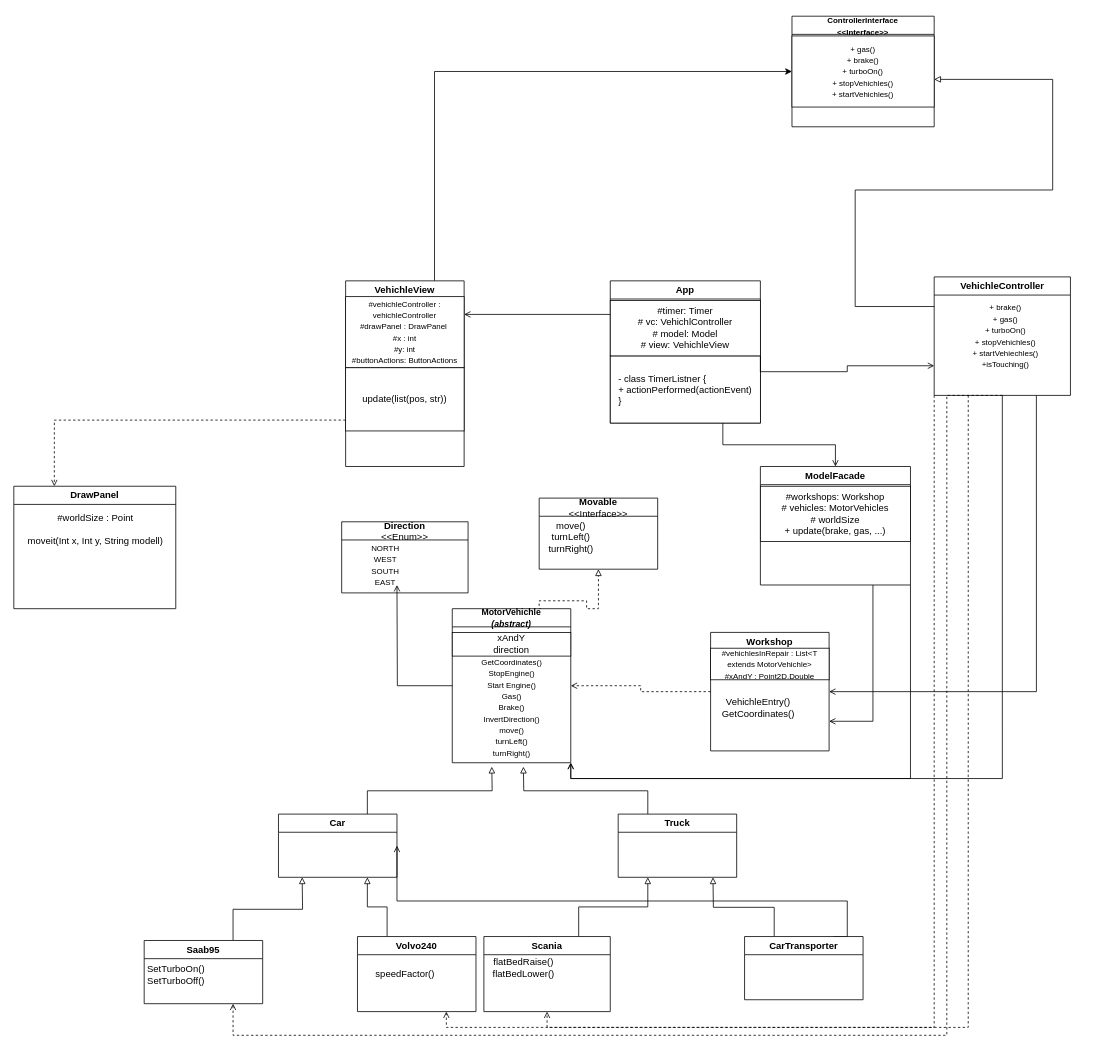
Abdulrauf-alhariri/Inhertince_lab1 keeps this draw.io diagram as UMLFörbättringLaboration3.drawio. Above is the earlier version. Source tidied: cells renumbered, new cells numbered last; positions are measured from the earlier drawing's top-left corner, leaving out a move shared by most shapes. Both pictures are drawn from the tidied source at 79%, with x=0, y=0 at pixel (13, 16).
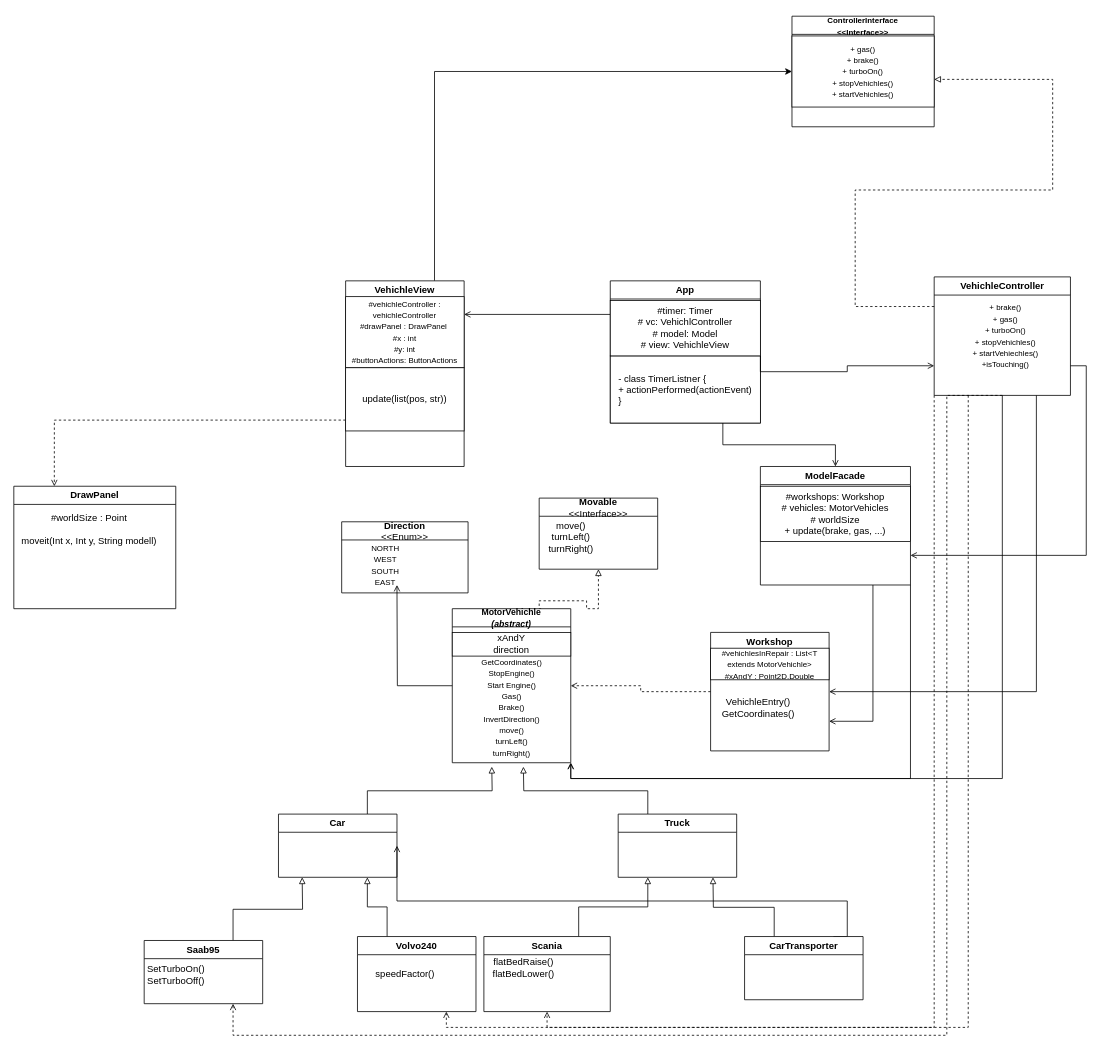
The same page after the edit.

Unchanged cells that the change refers to:
```xml
<mxCell id="7" value="VehichleController" style="swimlane;whiteSpace=wrap;html=1;startSize=23;" parent="1" vertex="1">
  <mxGeometry x="1165" y="330" width="172.5" height="150" as="geometry" />
</mxCell>
<mxCell id="9" value="DrawP&lt;span style=&quot;background-color: transparent; color: light-dark(rgb(0, 0, 0), rgb(255, 255, 255));&quot;&gt;anel&lt;/span&gt;" style="swimlane;whiteSpace=wrap;html=1;startSize=23;" parent="1" vertex="1">
  <mxGeometry y="595" width="205" height="155" as="geometry" />
</mxCell>
<mxCell id="46" value="&lt;font style=&quot;font-size: 10px;&quot;&gt;+ gas()&lt;/font&gt;&lt;div&gt;&lt;font style=&quot;font-size: 10px;&quot;&gt;+ brake()&lt;/font&gt;&lt;/div&gt;&lt;div&gt;&lt;font style=&quot;font-size: 10px;&quot;&gt;+ turboOn()&lt;/font&gt;&lt;/div&gt;&lt;div&gt;&lt;font style=&quot;font-size: 10px;&quot;&gt;+ stopVehichles()&lt;/font&gt;&lt;/div&gt;&lt;div&gt;&lt;font style=&quot;font-size: 10px;&quot;&gt;+ startVehichles()&lt;/font&gt;&lt;/div&gt;" style="rounded=0;whiteSpace=wrap;html=1;" parent="45" vertex="1">
  <mxGeometry y="25" width="180" height="90" as="geometry" />
</mxCell>
<mxCell id="56" value="ModelFacade" style="swimlane;whiteSpace=wrap;html=1;" parent="1" vertex="1">
  <mxGeometry x="945" y="570" width="190" height="150" as="geometry" />
</mxCell>
```

The edit, as a diff of the source:
```diff
@@
+    <mxCell id="58" style="edgeStyle=orthogonalEdgeStyle;rounded=0;jettySize=auto;html=1;exitX=1;exitY=0.75;exitDx=0;exitDy=0;entryX=1;entryY=0.75;entryDx=0;entryDy=0;endArrow=open;endFill=0;" parent="1" edge="1" source="7" target="56">
+      <mxGeometry relative="1" as="geometry" />
+    </mxCell>
@@
     <mxCell id="10" value="&lt;div&gt;&lt;span style=&quot;background-color: transparent; color: light-dark(rgb(0, 0, 0), rgb(255, 255, 255));&quot;&gt;#worldSize : Point&lt;/span&gt;&lt;/div&gt;&lt;div&gt;&lt;span style=&quot;background-color: transparent; color: light-dark(rgb(0, 0, 0), rgb(255, 255, 255));&quot;&gt;&lt;br&gt;&lt;/span&gt;&lt;/div&gt;&lt;div&gt;&lt;span style=&quot;background-color: transparent; color: light-dark(rgb(0, 0, 0), rgb(255, 255, 255));&quot;&gt;moveit(Int x, Int y, String modell)&lt;/span&gt;&lt;/div&gt;" style="text;html=1;align=center;verticalAlign=middle;strokeColor=none;fillColor=none;" parent="9" vertex="1">
-      <mxGeometry x="7.5" y="25" width="190" height="60" as="geometry" />
+      <mxGeometry y="25" width="190" height="60" as="geometry" />
     </mxCell>
@@
-    <mxCell id="47" style="edgeStyle=orthogonalEdgeStyle;rounded=0;jettySize=auto;html=1;exitX=0;exitY=0.25;exitDx=0;exitDy=0;entryX=1;entryY=0.611;entryDx=0;entryDy=0;entryPerimeter=0;endArrow=block;endFill=0;" parent="1" edge="1" source="7" target="46">
+    <mxCell id="47" style="edgeStyle=orthogonalEdgeStyle;rounded=0;jettySize=auto;html=1;exitX=0;exitY=0.25;exitDx=0;exitDy=0;entryX=1;entryY=0.611;entryDx=0;entryDy=0;entryPerimeter=0;endArrow=block;endFill=0;dashed=1;" parent="1" edge="1" source="7" target="46">
       <mxGeometry relative="1" as="geometry">
         <Array as="points">
           <mxPoint x="1065" y="367" />
           <mxPoint x="1065" y="220" />
           <mxPoint x="1315" y="220" />
           <mxPoint x="1315" y="80" />
         </Array>
       </mxGeometry>
     </mxCell>
```
